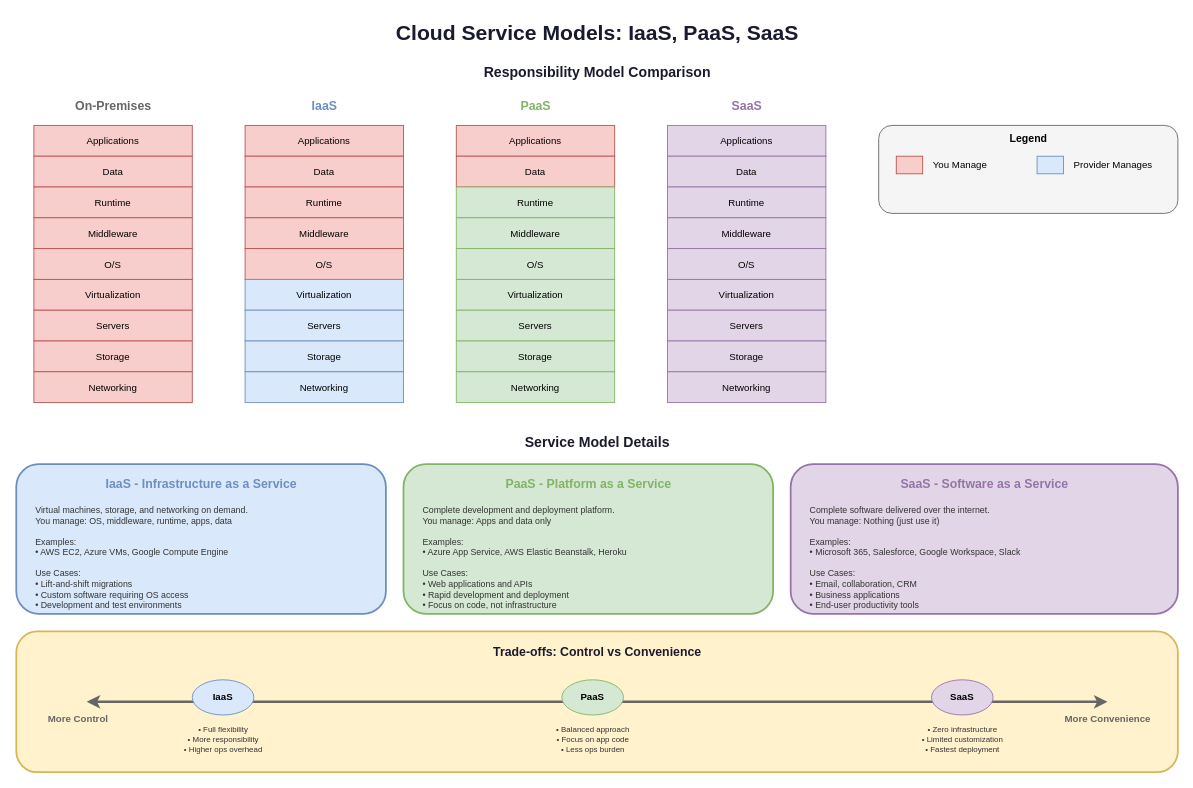
This is lesson-03-cloud-platforms-services/diagrams/1.1-service-models-iaas-paas-saas.drawio from MrParkerZ7/document-lesson-software-architect-x-claude, a draw.io file, before an edit. Source tidied: cells renumbered, new cells numbered last; positions are measured from the earlier drawing's top-left corner, leaving out a move shared by most shapes. Both pictures are drawn from the tidied source at 88%, with x=0, y=0 at pixel (16, 15).
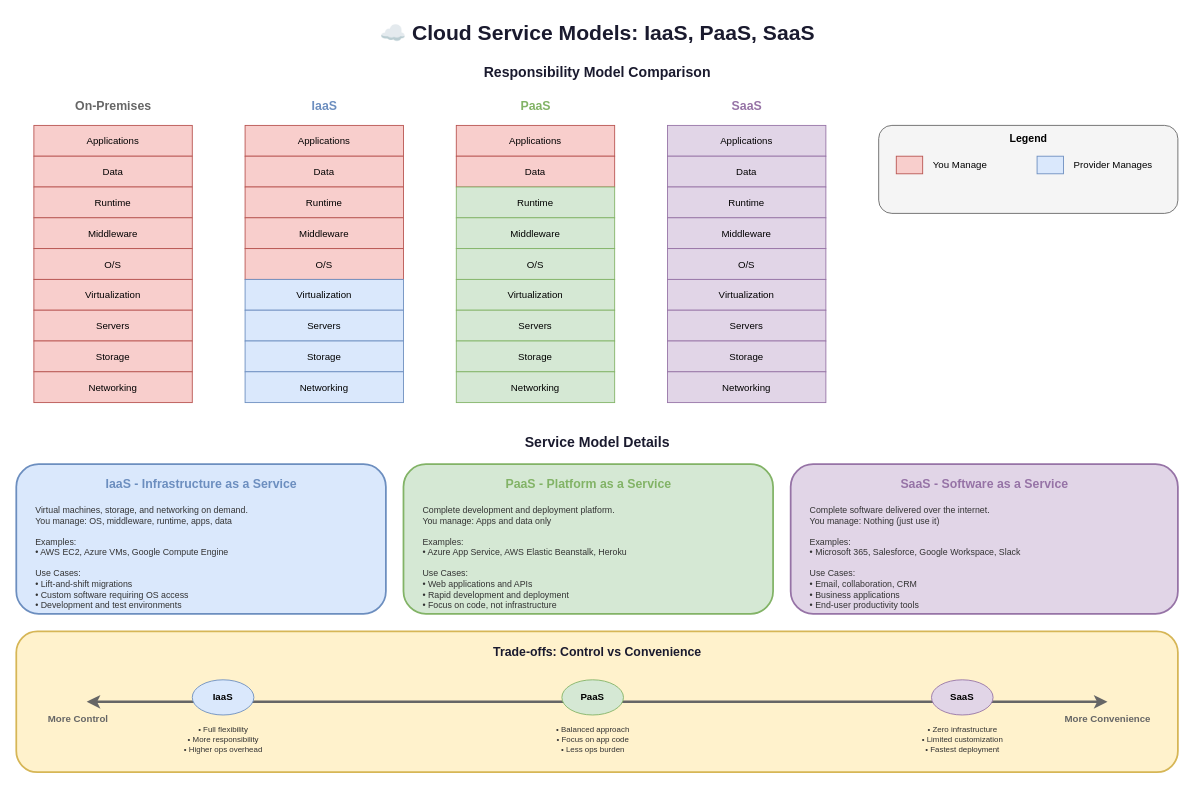
The same diagram, later.

Diff of the diagram source:
```diff
@@
-    <mxCell id="2" value="Cloud Service Models: IaaS, PaaS, SaaS" style="text;html=1;strokeColor=none;fillColor=none;align=center;verticalAlign=middle;fontSize=24;fontStyle=1;fontColor=#1a1a2e;" parent="1" vertex="1">
+    <mxCell id="2" value="☁️ Cloud Service Models: IaaS, PaaS, SaaS" style="text;html=1;strokeColor=none;fillColor=none;align=center;verticalAlign=middle;fontSize=24;fontStyle=1;fontColor=#1a1a2e;" parent="1" vertex="1">
       <mxGeometry x="360" width="600" height="40" as="geometry" />
     </mxCell>
```
